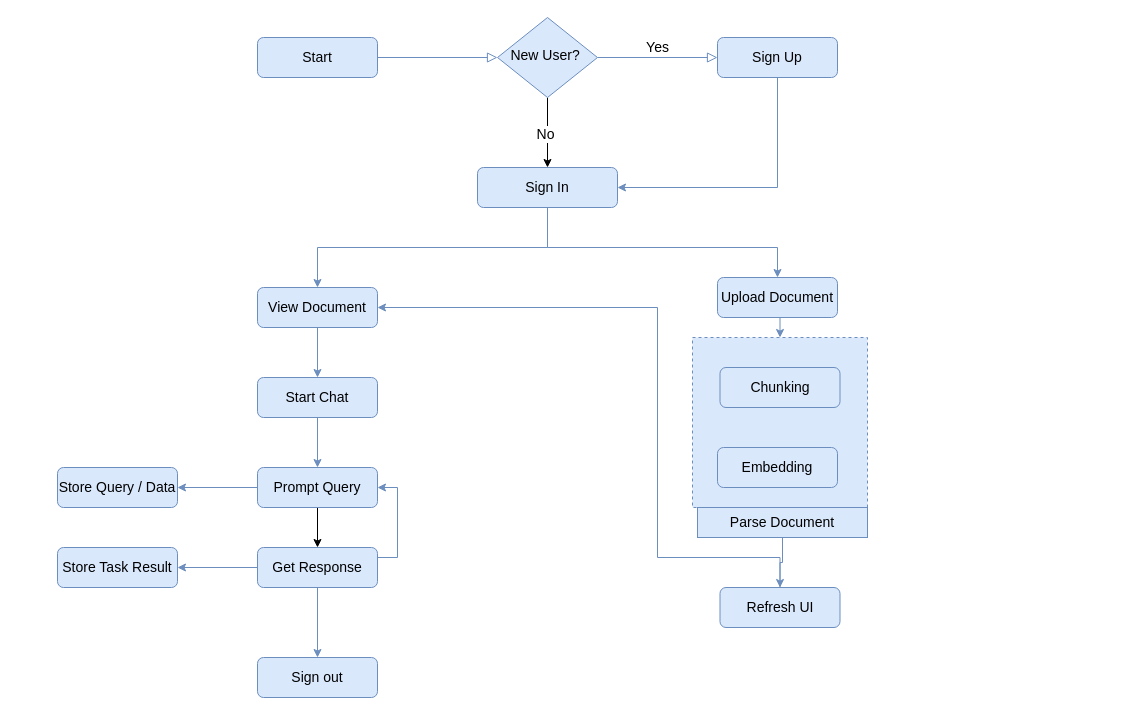
hrdk99/diagrams keeps this draw.io diagram as Untitled Diagram - user flow.drawio. Above is the earlier version. Source tidied: cells renumbered, new cells numbered last; positions are measured from the earlier drawing's top-left corner, leaving out a move shared by most shapes. Both pictures are drawn from the tidied source at 100%, with x=0, y=0 at pixel (57, 17).
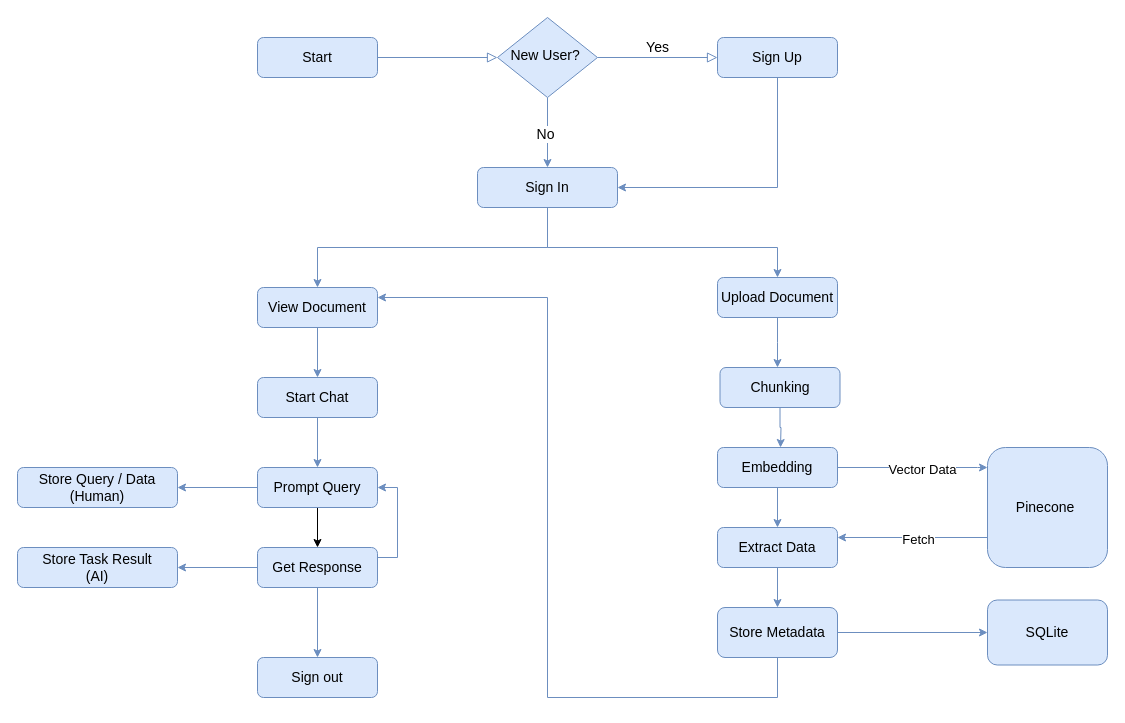
The same page after the edit.

The change refers to these unchanged cells:
```xml
<mxCell id="8" value="New User?&amp;nbsp;" style="rhombus;whiteSpace=wrap;html=1;shadow=0;fontFamily=Helvetica;fontSize=14;align=center;strokeWidth=1;spacing=6;spacingTop=-4;fillColor=#dae8fc;strokeColor=#6c8ebf;" parent="1" vertex="1">
  <mxGeometry x="440" width="100" height="80" as="geometry" />
</mxCell>
<mxCell id="10" value="Sign Up" style="rounded=1;whiteSpace=wrap;html=1;fontSize=14;glass=0;strokeWidth=1;shadow=0;fillColor=#dae8fc;strokeColor=#6c8ebf;" parent="1" vertex="1">
  <mxGeometry x="660" y="20" width="120" height="40" as="geometry" />
</mxCell>
<mxCell id="12" value="View Document" style="rounded=1;whiteSpace=wrap;html=1;fontSize=14;glass=0;strokeWidth=1;shadow=0;fillColor=#dae8fc;strokeColor=#6c8ebf;" parent="1" vertex="1">
  <mxGeometry x="200" y="270" width="120" height="40" as="geometry" />
</mxCell>
<mxCell id="15" value="Sign In" style="rounded=1;whiteSpace=wrap;html=1;fontSize=14;glass=0;strokeWidth=1;shadow=0;fillColor=#dae8fc;strokeColor=#6c8ebf;" parent="1" vertex="1">
  <mxGeometry x="420" y="150" width="140" height="40" as="geometry" />
</mxCell>
<mxCell id="17" value="Upload Document" style="rounded=1;whiteSpace=wrap;html=1;fontSize=14;glass=0;strokeWidth=1;shadow=0;fillColor=#dae8fc;strokeColor=#6c8ebf;" parent="1" vertex="1">
  <mxGeometry x="660" y="260" width="120" height="40" as="geometry" />
</mxCell>
<mxCell id="18" value="Chunking" style="rounded=1;whiteSpace=wrap;html=1;fontSize=14;glass=0;strokeWidth=1;shadow=0;fillColor=#dae8fc;strokeColor=#6c8ebf;" parent="1" vertex="1">
  <mxGeometry x="662.5" y="350" width="120" height="40" as="geometry" />
</mxCell>
<mxCell id="19" value="Embedding" style="rounded=1;whiteSpace=wrap;html=1;fontSize=14;glass=0;strokeWidth=1;shadow=0;fillColor=#dae8fc;strokeColor=#6c8ebf;" parent="1" vertex="1">
  <mxGeometry x="660" y="430" width="120" height="40" as="geometry" />
</mxCell>
```

Diff of the diagram source:
```diff
@@
-    <mxCell id="2" style="rounded=0;whiteSpace=wrap;html=1;fillColor=#dae8fc;dashed=1;strokeColor=#6c8ebf;fontSize=14;" parent="1" vertex="1">
-      <mxGeometry x="635" y="320" width="175" height="170" as="geometry" />
-    </mxCell>
@@
-    <mxCell id="6" style="edgeStyle=orthogonalEdgeStyle;rounded=0;jettySize=auto;html=1;exitX=0.5;exitY=1;exitDx=0;exitDy=0;entryX=0.5;entryY=0;entryDx=0;entryDy=0;" parent="1" edge="1" source="8" target="15">
+    <mxCell id="6" style="edgeStyle=orthogonalEdgeStyle;rounded=0;jettySize=auto;html=1;exitX=0.5;exitY=1;exitDx=0;exitDy=0;entryX=0.5;entryY=0;entryDx=0;entryDy=0;fillColor=#dae8fc;strokeColor=#6c8ebf;" parent="1" edge="1" source="8" target="15">
       <mxGeometry relative="1" as="geometry" />
     </mxCell>
@@
-    <mxCell id="9" style="edgeStyle=orthogonalEdgeStyle;rounded=0;jettySize=auto;html=1;exitX=0.5;exitY=1;exitDx=0;exitDy=0;entryX=1;entryY=0.5;entryDx=0;entryDy=0;fillColor=#dae8fc;strokeColor=#6c8ebf;fontSize=14;" parent="1" edge="1" source="10" target="15">
+    <mxCell id="9" style="edgeStyle=orthogonalEdgeStyle;rounded=0;jettySize=auto;html=1;exitX=0.5;exitY=1;exitDx=0;exitDy=0;entryX=1;entryY=0.5;entryDx=0;entryDy=0;fillColor=#dae8fc;strokeColor=#6C8EBF;fontSize=14;" parent="1" edge="1" source="10" target="15">
       <mxGeometry relative="1" as="geometry" />
     </mxCell>
@@
-    <mxCell id="16" style="edgeStyle=orthogonalEdgeStyle;rounded=0;jettySize=auto;html=1;exitX=0.5;exitY=1;exitDx=0;exitDy=0;entryX=0.5;entryY=0;entryDx=0;entryDy=0;fillColor=#dae8fc;strokeColor=#6c8ebf;fontSize=14;" parent="1" edge="1" source="17" target="2">
-      <mxGeometry relative="1" as="geometry" />
-    </mxCell>
@@
+    <mxCell id="36" style="edgeStyle=orthogonalEdgeStyle;rounded=0;jettySize=auto;html=1;fillColor=#dae8fc;strokeColor=#6c8ebf;" parent="1" edge="1" source="19" target="43">
+      <mxGeometry relative="1" as="geometry">
+        <Array as="points">
+          <mxPoint x="920" y="450" />
+          <mxPoint x="920" y="450" />
+        </Array>
+      </mxGeometry>
+    </mxCell>
+    <mxCell id="37" value="&lt;font style=&quot;font-size: 13px;&quot;&gt;Vector Data&lt;/font&gt;" style="edgeLabel;html=1;align=center;verticalAlign=middle;" parent="36" vertex="1">
+      <mxGeometry x="0.12" y="-1" relative="1" as="geometry" />
+    </mxCell>
+    <mxCell id="38" style="edgeStyle=orthogonalEdgeStyle;rounded=0;jettySize=auto;html=1;exitX=0.5;exitY=1;exitDx=0;exitDy=0;entryX=0.5;entryY=0;entryDx=0;entryDy=0;fillColor=#dae8fc;strokeColor=#6c8ebf;" parent="1" edge="1" source="19" target="45">
+      <mxGeometry relative="1" as="geometry" />
+    </mxCell>
@@
-    <mxCell id="20" style="edgeStyle=orthogonalEdgeStyle;rounded=0;jettySize=auto;html=1;entryX=1;entryY=0.5;entryDx=0;entryDy=0;fillColor=#dae8fc;strokeColor=#6c8ebf;fontSize=14;" parent="1" edge="1" source="21" target="12">
-      <mxGeometry relative="1" as="geometry">
-        <Array as="points">
-          <mxPoint x="600" y="540" />
-          <mxPoint x="600" y="290" />
-        </Array>
-      </mxGeometry>
-    </mxCell>
-    <mxCell id="21" value="Refresh UI" style="rounded=1;whiteSpace=wrap;html=1;fontSize=14;glass=0;strokeWidth=1;shadow=0;fillColor=#dae8fc;strokeColor=#6c8ebf;" parent="1" vertex="1">
-      <mxGeometry x="662.5" y="570" width="120" height="40" as="geometry" />
-    </mxCell>
-    <mxCell id="22" style="edgeStyle=orthogonalEdgeStyle;rounded=0;jettySize=auto;html=1;exitX=0.5;exitY=1;exitDx=0;exitDy=0;entryX=0.5;entryY=0;entryDx=0;entryDy=0;fillColor=#dae8fc;strokeColor=#6c8ebf;fontSize=14;" parent="1" edge="1" source="23" target="21">
-      <mxGeometry relative="1" as="geometry" />
-    </mxCell>
-    <mxCell id="23" value="Parse Document" style="text;html=1;align=center;verticalAlign=middle;whiteSpace=wrap;rounded=0;fillColor=#dae8fc;strokeColor=#6c8ebf;fontSize=14;" parent="1" vertex="1">
-      <mxGeometry x="640" y="490" width="170" height="30" as="geometry" />
-    </mxCell>
@@
-    <mxCell id="29" value="Store Query / Data" style="whiteSpace=wrap;html=1;rounded=1;glass=0;strokeWidth=1;shadow=0;fillColor=#dae8fc;strokeColor=#6c8ebf;fontSize=14;" parent="1" vertex="1">
-      <mxGeometry y="450" width="120" height="40" as="geometry" />
+    <mxCell id="29" value="Store Query / Data&lt;br&gt;(Human)" style="whiteSpace=wrap;html=1;rounded=1;glass=0;strokeWidth=1;shadow=0;fillColor=#dae8fc;strokeColor=#6c8ebf;fontSize=14;" parent="1" vertex="1">
+      <mxGeometry x="-40" y="450" width="160" height="40" as="geometry" />
     </mxCell>
@@
-    <mxCell id="34" value="Store Task Result" style="whiteSpace=wrap;html=1;rounded=1;glass=0;strokeWidth=1;shadow=0;fillColor=#dae8fc;strokeColor=#6c8ebf;fontSize=14;" parent="1" vertex="1">
-      <mxGeometry y="530" width="120" height="40" as="geometry" />
+    <mxCell id="34" value="Store Task Result&lt;br&gt;(AI)" style="whiteSpace=wrap;html=1;rounded=1;glass=0;strokeWidth=1;shadow=0;fillColor=#dae8fc;strokeColor=#6c8ebf;fontSize=14;" parent="1" vertex="1">
+      <mxGeometry x="-40" y="530" width="160" height="40" as="geometry" />
     </mxCell>
@@
+    <mxCell id="39" style="edgeStyle=orthogonalEdgeStyle;rounded=0;jettySize=auto;html=1;fillColor=#dae8fc;strokeColor=#6c8ebf;" parent="1" edge="1" source="17">
+      <mxGeometry relative="1" as="geometry">
+        <mxPoint x="720" y="350" as="targetPoint" />
+      </mxGeometry>
+    </mxCell>
+    <mxCell id="40" style="edgeStyle=orthogonalEdgeStyle;rounded=0;jettySize=auto;html=1;fillColor=#dae8fc;strokeColor=#6c8ebf;" parent="1" edge="1" source="18">
+      <mxGeometry relative="1" as="geometry">
+        <mxPoint x="723" y="430" as="targetPoint" />
+      </mxGeometry>
+    </mxCell>
+    <mxCell id="41" style="edgeStyle=orthogonalEdgeStyle;rounded=0;jettySize=auto;html=1;exitX=0;exitY=0.75;exitDx=0;exitDy=0;entryX=1;entryY=0.25;entryDx=0;entryDy=0;fillColor=#dae8fc;strokeColor=#6c8ebf;" parent="1" edge="1" source="43" target="45">
+      <mxGeometry relative="1" as="geometry" />
+    </mxCell>
+    <mxCell id="42" value="&lt;font style=&quot;font-size: 13px;&quot;&gt;Fetch&lt;/font&gt;" style="edgeLabel;html=1;align=center;verticalAlign=middle;" parent="41" vertex="1">
+      <mxGeometry x="-0.07" y="1" relative="1" as="geometry" />
+    </mxCell>
+    <mxCell id="43" value="Pinecone&amp;nbsp;" style="rounded=1;whiteSpace=wrap;html=1;fontSize=14;glass=0;strokeWidth=1;shadow=0;fillColor=#dae8fc;strokeColor=#6c8ebf;" parent="1" vertex="1">
+      <mxGeometry x="930" y="430" width="120" height="120" as="geometry" />
+    </mxCell>
+    <mxCell id="44" style="edgeStyle=orthogonalEdgeStyle;rounded=0;jettySize=auto;html=1;exitX=0.5;exitY=1;exitDx=0;exitDy=0;entryX=0.5;entryY=0;entryDx=0;entryDy=0;fillColor=#dae8fc;strokeColor=#6c8ebf;" parent="1" edge="1" source="45" target="48">
+      <mxGeometry relative="1" as="geometry" />
+    </mxCell>
+    <mxCell id="45" value="Extract Data" style="rounded=1;whiteSpace=wrap;html=1;fontSize=14;glass=0;strokeWidth=1;shadow=0;fillColor=#dae8fc;strokeColor=#6c8ebf;" parent="1" vertex="1">
+      <mxGeometry x="660" y="510" width="120" height="40" as="geometry" />
+    </mxCell>
+    <mxCell id="46" style="edgeStyle=orthogonalEdgeStyle;rounded=0;jettySize=auto;html=1;fillColor=#dae8fc;strokeColor=#6c8ebf;" parent="1" edge="1" source="48" target="49">
+      <mxGeometry relative="1" as="geometry" />
+    </mxCell>
+    <mxCell id="47" style="edgeStyle=orthogonalEdgeStyle;rounded=0;jettySize=auto;html=1;exitX=0.5;exitY=1;exitDx=0;exitDy=0;entryX=1;entryY=0.25;entryDx=0;entryDy=0;fillColor=#dae8fc;strokeColor=#6c8ebf;" parent="1" edge="1" source="48" target="12">
+      <mxGeometry relative="1" as="geometry">
+        <Array as="points">
+          <mxPoint x="720" y="680" />
+          <mxPoint x="490" y="680" />
+          <mxPoint x="490" y="280" />
+        </Array>
+      </mxGeometry>
+    </mxCell>
+    <mxCell id="48" value="Store Metadata" style="rounded=1;whiteSpace=wrap;html=1;fontSize=14;glass=0;strokeWidth=1;shadow=0;fillColor=#dae8fc;strokeColor=#6c8ebf;" parent="1" vertex="1">
+      <mxGeometry x="660" y="590" width="120" height="50" as="geometry" />
+    </mxCell>
+    <mxCell id="49" value="SQLite" style="rounded=1;whiteSpace=wrap;html=1;fontSize=14;glass=0;strokeWidth=1;shadow=0;fillColor=#dae8fc;strokeColor=#6c8ebf;" parent="1" vertex="1">
+      <mxGeometry x="930" y="582.5" width="120" height="65" as="geometry" />
+    </mxCell>
```
